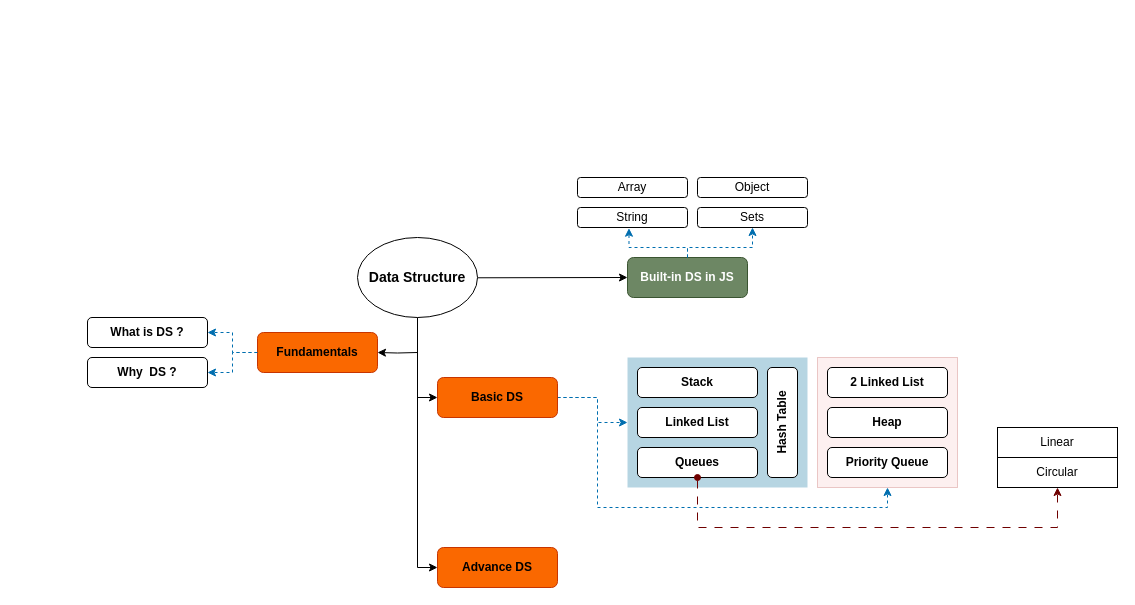
This is dsa-mindmap.drawio from yogiprsetya/dsa.js, a draw.io file, before an edit. Source tidied: cells renumbered, new cells numbered last; positions are measured from the earlier drawing's top-left corner, leaving out a move shared by most shapes. Both pictures are drawn from the tidied source at 100%, with x=0, y=0 at pixel (87, 177).
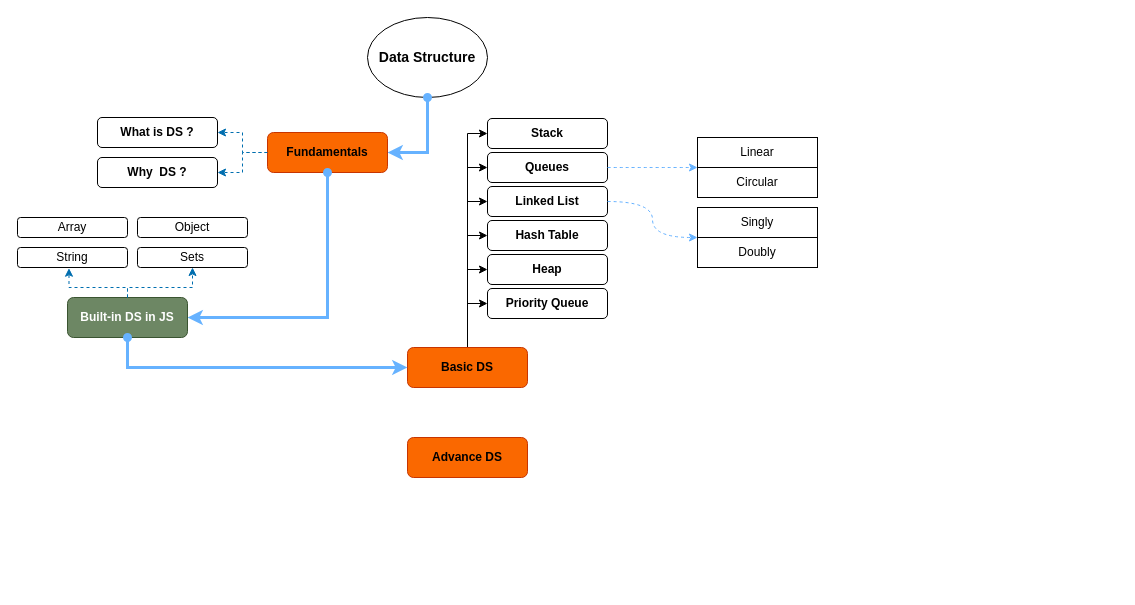
The same page after the edit.

The change refers to these unchanged cells:
```xml
<mxCell id="13" value="Why&amp;nbsp; DS ?" style="whiteSpace=wrap;html=1;rounded=1;fontStyle=1;" parent="12" vertex="1">
  <mxGeometry y="40" width="120" height="30" as="geometry" />
</mxCell>
<mxCell id="14" value="What is DS ?" style="whiteSpace=wrap;html=1;rounded=1;fontStyle=1;" parent="12" vertex="1">
  <mxGeometry width="120" height="30" as="geometry" />
</mxCell>
```

What changed in the source:
```diff
@@
-    <mxCell id="2" style="edgeStyle=orthogonalEdgeStyle;rounded=0;jettySize=auto;html=1;entryX=0;entryY=0.5;entryDx=0;entryDy=0;" parent="1" edge="1" source="6" target="9">
-      <mxGeometry relative="1" as="geometry" />
-    </mxCell>
-    <mxCell id="3" style="edgeStyle=orthogonalEdgeStyle;rounded=0;jettySize=auto;html=1;entryX=0;entryY=0.5;entryDx=0;entryDy=0;" parent="1" edge="1" source="6" target="25">
-      <mxGeometry relative="1" as="geometry" />
-    </mxCell>
-    <mxCell id="4" style="edgeStyle=orthogonalEdgeStyle;rounded=0;jettySize=auto;html=1;entryX=1;entryY=0.5;entryDx=0;entryDy=0;" parent="1" edge="1" target="11">
-      <mxGeometry relative="1" as="geometry">
-        <mxPoint x="330" y="175" as="sourcePoint" />
-      </mxGeometry>
-    </mxCell>
+    <mxCell id="6" value="Data Structure" style="ellipse;whiteSpace=wrap;html=1;fontStyle=1;fontSize=14;" parent="1" vertex="1">
+      <mxGeometry x="280" y="-160" width="120" height="80" as="geometry" />
+    </mxCell>
+    <mxCell id="38" style="edgeStyle=orthogonalEdgeStyle;rounded=0;jettySize=auto;html=1;exitX=0.5;exitY=0;exitDx=0;exitDy=0;entryX=1;entryY=0.5;entryDx=0;entryDy=0;" parent="1" edge="1" source="9" target="23">
+      <mxGeometry relative="1" as="geometry" />
+    </mxCell>
+    <mxCell id="39" style="edgeStyle=orthogonalEdgeStyle;rounded=0;jettySize=auto;html=1;exitX=0.5;exitY=0;exitDx=0;exitDy=0;entryX=0;entryY=0.5;entryDx=0;entryDy=0;" parent="1" edge="1" source="9" target="21">
+      <mxGeometry relative="1" as="geometry" />
+    </mxCell>
+    <mxCell id="40" style="edgeStyle=orthogonalEdgeStyle;rounded=0;jettySize=auto;html=1;exitX=0.5;exitY=0;exitDx=0;exitDy=0;entryX=0;entryY=0.5;entryDx=0;entryDy=0;" parent="1" edge="1" source="9" target="24">
+      <mxGeometry relative="1" as="geometry" />
+    </mxCell>
+    <mxCell id="41" style="edgeStyle=orthogonalEdgeStyle;rounded=0;jettySize=auto;html=1;exitX=0.5;exitY=0;exitDx=0;exitDy=0;entryX=0;entryY=0.5;entryDx=0;entryDy=0;" parent="1" edge="1" source="9" target="17">
+      <mxGeometry relative="1" as="geometry" />
+    </mxCell>
+    <mxCell id="42" style="edgeStyle=orthogonalEdgeStyle;rounded=0;jettySize=auto;html=1;exitX=0.5;exitY=0;exitDx=0;exitDy=0;entryX=0;entryY=0.5;entryDx=0;entryDy=0;" parent="1" edge="1" source="9" target="18">
+      <mxGeometry relative="1" as="geometry" />
+    </mxCell>
+    <mxCell id="43" style="edgeStyle=orthogonalEdgeStyle;rounded=0;jettySize=auto;html=1;exitX=0.5;exitY=0;exitDx=0;exitDy=0;entryX=0;entryY=0.5;entryDx=0;entryDy=0;" parent="1" edge="1" source="9" target="22">
+      <mxGeometry relative="1" as="geometry" />
+    </mxCell>
+    <mxCell id="9" value="Basic DS" style="rounded=1;whiteSpace=wrap;html=1;fontStyle=1;fillColor=#fa6800;fontColor=#000000;strokeColor=#C73500;" parent="1" vertex="1">
+      <mxGeometry x="320" y="170" width="120" height="40" as="geometry" />
+    </mxCell>
+    <mxCell id="25" value="Advance DS" style="rounded=1;whiteSpace=wrap;html=1;fontStyle=1;fillColor=#fa6800;fontColor=#000000;strokeColor=#C73500;" parent="1" vertex="1">
+      <mxGeometry x="320" y="260" width="120" height="40" as="geometry" />
+    </mxCell>
+    <mxCell id="34" style="group;" parent="1" vertex="1">
+      <mxGeometry x="610" y="-40" width="120" height="60" as="geometry" />
+    </mxCell>
+    <mxCell id="35" value="Circular" style="rounded=0;whiteSpace=wrap;html=1;" parent="34" vertex="1">
+      <mxGeometry y="30" width="120" height="30" as="geometry" />
+    </mxCell>
+    <mxCell id="36" value="Linear" style="rounded=0;whiteSpace=wrap;html=1;" parent="34" vertex="1">
+      <mxGeometry width="120" height="30" as="geometry" />
+    </mxCell>
-    <mxCell id="5" style="rounded=0;jettySize=auto;html=1;entryX=0;entryY=0.5;entryDx=0;entryDy=0;" parent="1" edge="1" source="6" target="27">
+    <mxCell id="5" style="rounded=0;jettySize=auto;html=1;entryX=1;entryY=0.5;entryDx=0;entryDy=0;strokeColor=#66B2FF;strokeWidth=3;startArrow=oval;startFill=1;exitX=0.5;exitY=1;exitDx=0;exitDy=0;edgeStyle=orthogonalEdgeStyle;" parent="1" edge="1" source="6" target="11">
       <mxGeometry relative="1" as="geometry" />
     </mxCell>
-    <mxCell id="6" value="Data Structure" style="ellipse;whiteSpace=wrap;html=1;fontStyle=1;fontSize=14;" parent="1" vertex="1">
-      <mxGeometry x="270" y="60" width="120" height="80" as="geometry" />
-    </mxCell>
-    <mxCell id="7" style="edgeStyle=orthogonalEdgeStyle;rounded=0;jettySize=auto;html=1;dashed=1;fillColor=#1ba1e2;strokeColor=#006EAF;exitX=1;exitY=0.5;exitDx=0;exitDy=0;" parent="1" edge="1" source="9" target="15">
-      <mxGeometry relative="1" as="geometry">
-        <Array as="points">
-          <mxPoint x="510" y="220" />
-          <mxPoint x="510" y="330" />
-          <mxPoint x="800" y="330" />
-        </Array>
-      </mxGeometry>
-    </mxCell>
-    <mxCell id="8" style="edgeStyle=orthogonalEdgeStyle;rounded=0;jettySize=auto;html=1;entryX=0;entryY=0.5;entryDx=0;entryDy=0;dashed=1;fillColor=#1ba1e2;strokeColor=#006EAF;" parent="1" edge="1" source="9" target="20">
-      <mxGeometry relative="1" as="geometry">
-        <Array as="points">
-          <mxPoint x="510" y="220" />
-          <mxPoint x="510" y="245" />
-        </Array>
-      </mxGeometry>
-    </mxCell>
-    <mxCell id="9" value="Basic DS" style="rounded=1;whiteSpace=wrap;html=1;fontStyle=1;fillColor=#fa6800;fontColor=#000000;strokeColor=#C73500;" parent="1" vertex="1">
-      <mxGeometry x="350" y="200" width="120" height="40" as="geometry" />
-    </mxCell>
+    <mxCell id="44" style="group;" parent="1" vertex="1">
+      <mxGeometry x="10" y="-60" width="290" height="70" as="geometry" />
+    </mxCell>
-    <mxCell id="10" style="edgeStyle=orthogonalEdgeStyle;rounded=0;jettySize=auto;html=1;fontFamily=Helvetica;fontSize=12;fontColor=#000000;fontStyle=1;dashed=1;fillColor=#1ba1e2;strokeColor=#006EAF;entryX=1;entryY=0.5;entryDx=0;entryDy=0;" parent="1" edge="1" source="11" target="14">
+    <mxCell id="10" style="edgeStyle=orthogonalEdgeStyle;rounded=0;jettySize=auto;html=1;fontFamily=Helvetica;fontSize=12;fontColor=#000000;fontStyle=1;dashed=1;fillColor=#1ba1e2;strokeColor=#006EAF;entryX=1;entryY=0.5;entryDx=0;entryDy=0;" parent="44" edge="1" source="11" target="14">
       <mxGeometry relative="1" as="geometry" />
     </mxCell>
-    <mxCell id="11" value="Fundamentals" style="rounded=1;whiteSpace=wrap;html=1;fontStyle=1;fillColor=#fa6800;fontColor=#000000;strokeColor=#C73500;" parent="1" vertex="1">
-      <mxGeometry x="170" y="155" width="120" height="40" as="geometry" />
+    <mxCell id="11" value="Fundamentals" style="rounded=1;whiteSpace=wrap;html=1;fontStyle=1;fillColor=#fa6800;fontColor=#000000;strokeColor=#C73500;" parent="44" vertex="1">
+      <mxGeometry x="170" y="15" width="120" height="40" as="geometry" />
     </mxCell>
-    <mxCell id="12" style="group;" parent="1" vertex="1">
-      <mxGeometry y="140" width="120" height="70" as="geometry" />
+    <mxCell id="12" style="group;" parent="44" vertex="1">
+      <mxGeometry width="120" height="70" as="geometry" />
     </mxCell>
@@
-    <mxCell id="15" style="fillColor=#f8cecc;strokeColor=#b85450;opacity=30;" parent="1" vertex="1">
-      <mxGeometry x="730" y="180" width="140" height="130" as="geometry" />
-    </mxCell>
-    <mxCell id="16" value="2 Linked List" style="whiteSpace=wrap;html=1;rounded=1;fontStyle=1;" parent="1" vertex="1">
-      <mxGeometry x="740" y="190" width="120" height="30" as="geometry" />
-    </mxCell>
-    <mxCell id="17" value="Priority Queue" style="whiteSpace=wrap;html=1;rounded=1;fontStyle=1;" parent="1" vertex="1">
-      <mxGeometry x="740" y="270" width="120" height="30" as="geometry" />
-    </mxCell>
-    <mxCell id="18" value="Heap" style="whiteSpace=wrap;html=1;rounded=1;fontStyle=1;" parent="1" vertex="1">
-      <mxGeometry x="740" y="230" width="120" height="30" as="geometry" />
-    </mxCell>
-    <mxCell id="19" style="group;" parent="1" vertex="1">
-      <mxGeometry x="540" y="180" width="180" height="130" as="geometry" />
-    </mxCell>
-    <mxCell id="20" style="fillColor=#10739E;strokeColor=none;opacity=30;" parent="19" vertex="1">
-      <mxGeometry width="180" height="130" as="geometry" />
-    </mxCell>
-    <mxCell id="21" value="Linked List" style="whiteSpace=wrap;html=1;rounded=1;fontStyle=1;" parent="19" vertex="1">
-      <mxGeometry x="10" y="50" width="120" height="30" as="geometry" />
-    </mxCell>
-    <mxCell id="22" value="Stack" style="whiteSpace=wrap;html=1;rounded=1;fontStyle=1;" parent="19" vertex="1">
-      <mxGeometry x="10" y="10" width="120" height="30" as="geometry" />
-    </mxCell>
-    <mxCell id="23" value="Hash Table" style="whiteSpace=wrap;html=1;rounded=1;fontStyle=1;direction=south;horizontal=0;" parent="19" vertex="1">
-      <mxGeometry x="140" y="10" width="30" height="110" as="geometry" />
-    </mxCell>
-    <mxCell id="24" value="Queues" style="whiteSpace=wrap;html=1;rounded=1;fontStyle=1;" parent="19" vertex="1">
-      <mxGeometry x="10" y="90" width="120" height="30" as="geometry" />
-    </mxCell>
-    <mxCell id="25" value="Advance DS" style="rounded=1;whiteSpace=wrap;html=1;fontStyle=1;fillColor=#fa6800;fontColor=#000000;strokeColor=#C73500;" parent="1" vertex="1">
-      <mxGeometry x="350" y="370" width="120" height="40" as="geometry" />
-    </mxCell>
-    <mxCell id="26" style="edgeStyle=orthogonalEdgeStyle;rounded=0;jettySize=auto;html=1;fontFamily=Helvetica;fontSize=12;fontColor=#000000;fontStyle=1;dashed=1;fillColor=#1ba1e2;strokeColor=#006EAF;entryX=1;entryY=0.5;entryDx=0;entryDy=0;exitX=0;exitY=0.5;exitDx=0;exitDy=0;" parent="1" edge="1" source="11" target="13">
+    <mxCell id="26" style="edgeStyle=orthogonalEdgeStyle;rounded=0;jettySize=auto;html=1;fontFamily=Helvetica;fontSize=12;fontColor=#000000;fontStyle=1;dashed=1;fillColor=#1ba1e2;strokeColor=#006EAF;entryX=1;entryY=0.5;entryDx=0;entryDy=0;exitX=0;exitY=0.5;exitDx=0;exitDy=0;" parent="44" edge="1" source="11" target="13">
       <mxGeometry relative="1" as="geometry" />
     </mxCell>
+    <mxCell id="45" style="rounded=0;jettySize=auto;html=1;strokeColor=#66B2FF;strokeWidth=3;startArrow=oval;startFill=1;exitX=0.5;exitY=1;exitDx=0;exitDy=0;edgeStyle=orthogonalEdgeStyle;entryX=1;entryY=0.5;entryDx=0;entryDy=0;" parent="1" edge="1" source="11" target="27">
+      <mxGeometry relative="1" as="geometry" />
+    </mxCell>
+    <mxCell id="46" style="group;" parent="1" vertex="1">
+      <mxGeometry x="-70" y="40" width="230" height="120" as="geometry" />
+    </mxCell>
-    <mxCell id="27" value="Built-in DS in JS" style="rounded=1;whiteSpace=wrap;html=1;fontStyle=1;fillColor=#6d8764;strokeColor=#3A5431;fontColor=#ffffff;" parent="1" vertex="1">
-      <mxGeometry x="540" y="80" width="120" height="40" as="geometry" />
+    <mxCell id="27" value="Built-in DS in JS" style="rounded=1;whiteSpace=wrap;html=1;fontStyle=1;fillColor=#6d8764;strokeColor=#3A5431;fontColor=#ffffff;" parent="46" vertex="1">
+      <mxGeometry x="50" y="80" width="120" height="40" as="geometry" />
     </mxCell>
-    <mxCell id="28" value="Array" style="whiteSpace=wrap;html=1;rounded=1;fontStyle=0;" parent="1" vertex="1">
-      <mxGeometry x="490" width="110" height="20" as="geometry" />
+    <mxCell id="28" value="Array" style="whiteSpace=wrap;html=1;rounded=1;fontStyle=0;" parent="46" vertex="1">
+      <mxGeometry width="110" height="20" as="geometry" />
     </mxCell>
-    <mxCell id="29" value="String" style="whiteSpace=wrap;html=1;rounded=1;fontStyle=0;" parent="1" vertex="1">
-      <mxGeometry x="490" y="30" width="110" height="20" as="geometry" />
+    <mxCell id="29" value="String" style="whiteSpace=wrap;html=1;rounded=1;fontStyle=0;" parent="46" vertex="1">
+      <mxGeometry y="30" width="110" height="20" as="geometry" />
     </mxCell>
-    <mxCell id="30" value="Object" style="whiteSpace=wrap;html=1;rounded=1;fontStyle=0;" parent="1" vertex="1">
-      <mxGeometry x="610" width="110" height="20" as="geometry" />
+    <mxCell id="30" value="Object" style="whiteSpace=wrap;html=1;rounded=1;fontStyle=0;" parent="46" vertex="1">
+      <mxGeometry x="120" width="110" height="20" as="geometry" />
     </mxCell>
-    <mxCell id="31" value="Sets" style="whiteSpace=wrap;html=1;rounded=1;fontStyle=0;" parent="1" vertex="1">
-      <mxGeometry x="610" y="30" width="110" height="20" as="geometry" />
+    <mxCell id="31" value="Sets" style="whiteSpace=wrap;html=1;rounded=1;fontStyle=0;" parent="46" vertex="1">
+      <mxGeometry x="120" y="30" width="110" height="20" as="geometry" />
     </mxCell>
-    <mxCell id="32" style="rounded=0;jettySize=auto;html=1;dashed=1;fillColor=#1ba1e2;strokeColor=#006EAF;exitX=0.5;exitY=0;exitDx=0;exitDy=0;edgeStyle=orthogonalEdgeStyle;entryX=0.468;entryY=1.036;entryDx=0;entryDy=0;entryPerimeter=0;" parent="1" edge="1" source="27" target="29">
+    <mxCell id="32" style="rounded=0;jettySize=auto;html=1;dashed=1;fillColor=#1ba1e2;strokeColor=#006EAF;exitX=0.5;exitY=0;exitDx=0;exitDy=0;edgeStyle=orthogonalEdgeStyle;entryX=0.468;entryY=1.036;entryDx=0;entryDy=0;entryPerimeter=0;" parent="46" edge="1" source="27" target="29">
       <mxGeometry relative="1" as="geometry">
         <Array as="points">
-          <mxPoint x="600" y="70" />
-          <mxPoint x="542" y="70" />
+          <mxPoint x="110" y="70" />
+          <mxPoint x="52" y="70" />
         </Array>
       </mxGeometry>
     </mxCell>
-    <mxCell id="33" style="edgeStyle=orthogonalEdgeStyle;rounded=0;jettySize=auto;html=1;entryX=0.5;entryY=1;entryDx=0;entryDy=0;dashed=1;fillColor=#1ba1e2;strokeColor=#006EAF;exitX=0.5;exitY=0;exitDx=0;exitDy=0;" parent="1" edge="1" source="27" target="31">
+    <mxCell id="33" style="edgeStyle=orthogonalEdgeStyle;rounded=0;jettySize=auto;html=1;entryX=0.5;entryY=1;entryDx=0;entryDy=0;dashed=1;fillColor=#1ba1e2;strokeColor=#006EAF;exitX=0.5;exitY=0;exitDx=0;exitDy=0;" parent="46" edge="1" source="27" target="31">
       <mxGeometry relative="1" as="geometry">
         <Array as="points">
-          <mxPoint x="600" y="70" />
-          <mxPoint x="665" y="70" />
+          <mxPoint x="110" y="70" />
+          <mxPoint x="175" y="70" />
         </Array>
       </mxGeometry>
     </mxCell>
-    <mxCell id="34" style="group;" parent="1" vertex="1">
-      <mxGeometry x="910" y="250" width="120" height="60" as="geometry" />
-    </mxCell>
-    <mxCell id="35" value="Circular" style="rounded=0;whiteSpace=wrap;html=1;" parent="34" vertex="1">
-      <mxGeometry y="30" width="120" height="30" as="geometry" />
-    </mxCell>
-    <mxCell id="36" value="Linear" style="rounded=0;whiteSpace=wrap;html=1;" parent="34" vertex="1">
-      <mxGeometry width="120" height="30" as="geometry" />
-    </mxCell>
-    <mxCell id="37" style="edgeStyle=orthogonalEdgeStyle;rounded=0;jettySize=auto;html=1;entryX=0.5;entryY=1;entryDx=0;entryDy=0;fillColor=#a20025;strokeColor=#6F0000;dashed=1;dashPattern=8 8;endArrow=classic;endFill=1;startArrow=oval;startFill=1;" parent="1" edge="1" source="24" target="35">
-      <mxGeometry relative="1" as="geometry">
-        <Array as="points">
-          <mxPoint x="610" y="350" />
-          <mxPoint x="970" y="350" />
-        </Array>
-      </mxGeometry>
-    </mxCell>
+    <mxCell id="47" style="rounded=0;jettySize=auto;html=1;strokeColor=#66B2FF;strokeWidth=3;startArrow=oval;startFill=1;exitX=0.5;exitY=1;exitDx=0;exitDy=0;edgeStyle=orthogonalEdgeStyle;entryX=0;entryY=0.5;entryDx=0;entryDy=0;" parent="1" edge="1" source="27" target="9">
+      <mxGeometry relative="1" as="geometry" />
+    </mxCell>
+    <mxCell id="48" style="group;" parent="1" vertex="1">
+      <mxGeometry x="400" y="-59" width="120" height="200" as="geometry" />
+    </mxCell>
+    <mxCell id="17" value="Priority Queue" style="whiteSpace=wrap;html=1;rounded=1;fontStyle=1;" parent="48" vertex="1">
+      <mxGeometry y="170" width="120" height="30" as="geometry" />
+    </mxCell>
+    <mxCell id="18" value="Heap" style="whiteSpace=wrap;html=1;rounded=1;fontStyle=1;" parent="48" vertex="1">
+      <mxGeometry y="136" width="120" height="30" as="geometry" />
+    </mxCell>
+    <mxCell id="21" value="Linked List" style="whiteSpace=wrap;html=1;rounded=1;fontStyle=1;" parent="48" vertex="1">
+      <mxGeometry y="68" width="120" height="30" as="geometry" />
+    </mxCell>
+    <mxCell id="23" value="Hash Table" style="whiteSpace=wrap;html=1;rounded=1;fontStyle=1;direction=south;horizontal=0;rotation=90;" parent="48" vertex="1">
+      <mxGeometry x="45" y="57" width="30" height="120" as="geometry" />
+    </mxCell>
+    <mxCell id="24" value="Queues" style="whiteSpace=wrap;html=1;rounded=1;fontStyle=1;" parent="48" vertex="1">
+      <mxGeometry y="34" width="120" height="30" as="geometry" />
+    </mxCell>
+    <mxCell id="22" value="Stack" style="whiteSpace=wrap;html=1;rounded=1;fontStyle=1;" parent="48" vertex="1">
+      <mxGeometry width="120" height="30" as="geometry" />
+    </mxCell>
+    <mxCell id="49" style="rounded=0;jettySize=auto;html=1;exitX=1;exitY=0.5;exitDx=0;exitDy=0;entryX=0;entryY=1;entryDx=0;entryDy=0;dashed=1;strokeColor=#66B2FF;edgeStyle=orthogonalEdgeStyle;curved=1;" parent="1" edge="1" source="24" target="36">
+      <mxGeometry relative="1" as="geometry">
+        <Array as="points">
+          <mxPoint x="570" y="-10" />
+          <mxPoint x="570" y="-10" />
+        </Array>
+      </mxGeometry>
+    </mxCell>
+    <mxCell id="50" style="group;" parent="1" vertex="1">
+      <mxGeometry x="610" y="30" width="120" height="60" as="geometry" />
+    </mxCell>
+    <mxCell id="51" value="Doubly" style="rounded=0;whiteSpace=wrap;html=1;" parent="50" vertex="1">
+      <mxGeometry y="30" width="120" height="30" as="geometry" />
+    </mxCell>
+    <mxCell id="52" value="Singly" style="rounded=0;whiteSpace=wrap;html=1;" parent="50" vertex="1">
+      <mxGeometry width="120" height="30" as="geometry" />
+    </mxCell>
+    <mxCell id="53" style="rounded=0;jettySize=auto;html=1;exitX=1;exitY=0.5;exitDx=0;exitDy=0;entryX=0;entryY=1;entryDx=0;entryDy=0;dashed=1;strokeColor=#66B2FF;edgeStyle=orthogonalEdgeStyle;curved=1;" parent="1" edge="1" source="21" target="52">
+      <mxGeometry relative="1" as="geometry">
+        <Array as="points">
+          <mxPoint x="565" y="24" />
+          <mxPoint x="565" y="60" />
+        </Array>
+      </mxGeometry>
+    </mxCell>
```
